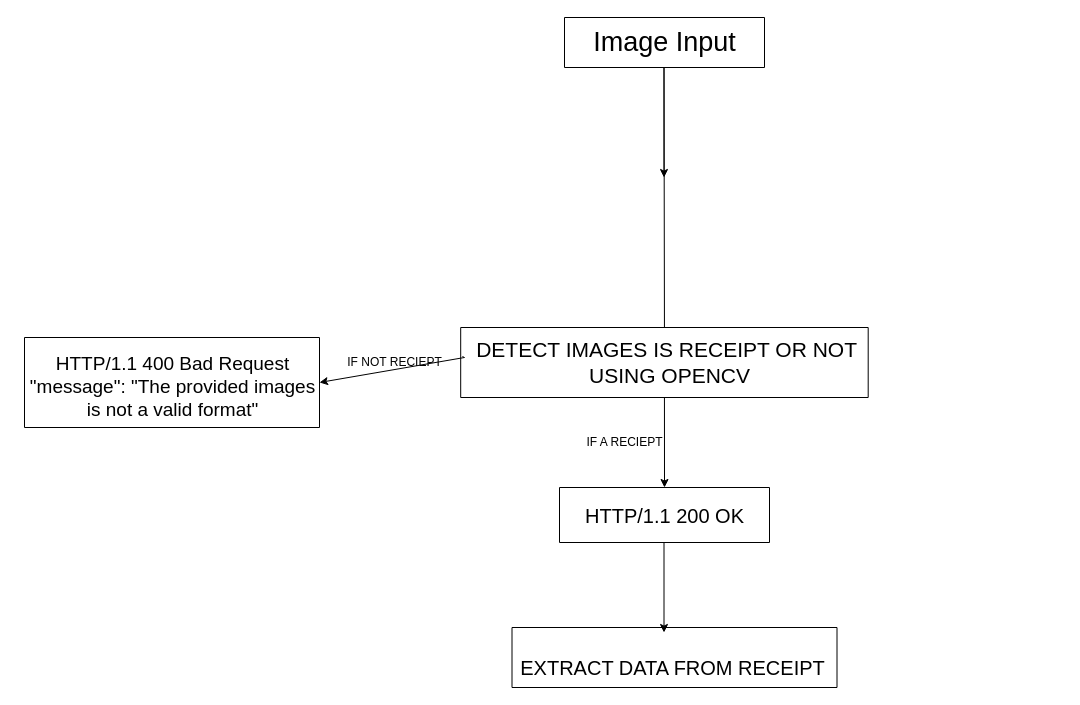
Before: Untitled Diagram.drawio in oliviertrg/Ecomercial-Fastapi-Microservices, a draw.io diagram. Source tidied: cells renumbered, new cells numbered last; positions are measured from the earlier drawing's top-left corner, leaving out a move shared by most shapes. Both pictures are drawn from the tidied source at 100%, with x=0, y=0 at pixel (16, 17).
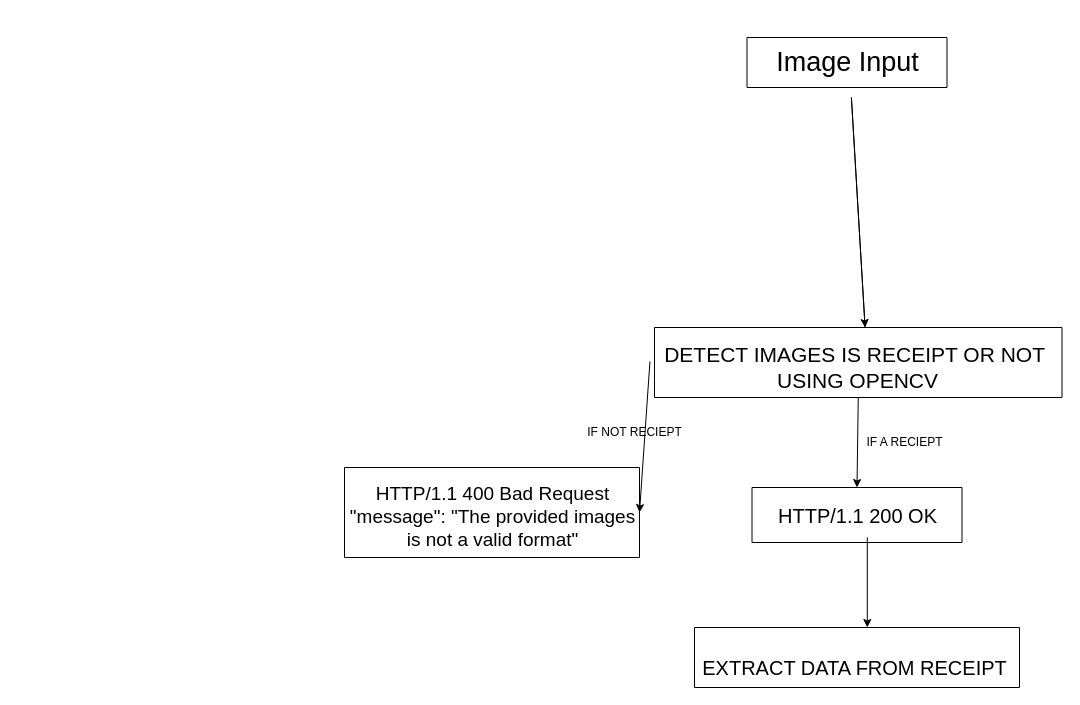
Above is the later version.

The edit, as a diff of the source:
```diff
@@
     <mxCell id="2" style="swimlane;startSize=0;" parent="1" vertex="1">
-      <mxGeometry x="548" width="200" height="50" as="geometry" />
+      <mxGeometry x="730.5" y="20" width="200" height="50" as="geometry" />
     </mxCell>
@@
-    <mxCell id="5" style="endArrow=classic;html=1;rounded=0;exitX=0.5;exitY=0;exitDx=0;exitDy=0;" parent="1" edge="1" source="6">
+    <mxCell id="5" style="endArrow=classic;html=1;rounded=0;exitX=0.5;exitY=0;exitDx=0;exitDy=0;entryX=0.5;entryY=0;entryDx=0;entryDy=0;" parent="1" edge="1">
       <mxGeometry relative="1" as="geometry">
-        <mxPoint x="647.5" y="160" as="targetPoint" />
+        <mxPoint x="848.6" y="310" as="sourcePoint" />
+        <mxPoint x="848.6" y="310" as="targetPoint" />
         <Array as="points">
-          <mxPoint x="647.5" y="50" />
+          <mxPoint x="834.9" y="80" />
         </Array>
       </mxGeometry>
     </mxCell>
     <mxCell id="6" style="swimlane;startSize=0;" parent="1" vertex="1">
-      <mxGeometry x="444.2" y="310" width="407.5" height="70" as="geometry" />
+      <mxGeometry x="638" y="310" width="407.5" height="70" as="geometry" />
     </mxCell>
+    <mxCell id="11" value="DETECT IMAGES IS RECEIPT OR NOT&amp;nbsp;&lt;br&gt;USING OPENCV" style="text;html=1;align=center;verticalAlign=middle;points=[];strokeColor=none;fillColor=none;fontSize=21;" parent="6" vertex="1">
+      <mxGeometry x="-2.5" y="10" width="410" height="60" as="geometry" />
+    </mxCell>
     <mxCell id="7" style="swimlane;startSize=0;" parent="1" vertex="1">
-      <mxGeometry x="8" y="320" width="295" height="90" as="geometry" />
+      <mxGeometry x="328" y="450" width="295" height="90" as="geometry" />
     </mxCell>
@@
     <mxCell id="9" style="endArrow=classic;html=1;rounded=0;entryX=1;entryY=0.5;entryDx=0;entryDy=0;exitX=-0.005;exitY=0.4;exitDx=0;exitDy=0;exitPerimeter=0;" parent="1" edge="1" source="11" target="7">
-      <mxGeometry relative="1" as="geometry">
-        <Array as="points">
-          <mxPoint x="448" y="340" />
-        </Array>
-      </mxGeometry>
+      <mxGeometry relative="1" as="geometry" />
     </mxCell>
     <mxCell id="10" value="IF NOT RECIEPT&lt;br style=&quot;font-size: 12px;&quot;&gt;" style="text;html=1;align=center;verticalAlign=middle;strokeColor=none;fillColor=none;fontSize=12;" parent="1" vertex="1">
-      <mxGeometry x="318" y="330" width="120" height="30" as="geometry" />
+      <mxGeometry x="558" y="400" width="120" height="30" as="geometry" />
     </mxCell>
-    <mxCell id="11" value="DETECT IMAGES IS RECEIPT OR NOT&amp;nbsp;&lt;br&gt;USING OPENCV" style="text;html=1;align=center;verticalAlign=middle;points=[];strokeColor=none;fillColor=none;fontSize=21;" parent="1" vertex="1">
-      <mxGeometry x="448" y="315" width="410" height="60" as="geometry" />
-    </mxCell>
     <mxCell id="12" style="swimlane;startSize=0;" parent="1" vertex="1">
-      <mxGeometry x="543" y="470" width="210" height="55" as="geometry" />
+      <mxGeometry x="735.5" y="470" width="210" height="55" as="geometry" />
     </mxCell>
@@
     <mxCell id="14" value="IF A RECIEPT" style="text;html=1;align=center;verticalAlign=middle;strokeColor=none;fillColor=none;fontSize=12;" parent="1" vertex="1">
-      <mxGeometry x="558" y="410" width="100" height="30" as="geometry" />
+      <mxGeometry x="838" y="410" width="100" height="30" as="geometry" />
     </mxCell>
@@
     <mxCell id="16" style="swimlane;startSize=0;" parent="1" vertex="1">
-      <mxGeometry x="495.5" y="610" width="325" height="60" as="geometry" />
+      <mxGeometry x="678" y="610" width="325" height="60" as="geometry" />
     </mxCell>
@@
     <mxCell id="18" style="endArrow=classic;html=1;rounded=0;entryX=0.5;entryY=0;entryDx=0;entryDy=0;exitX=0.5;exitY=1;exitDx=0;exitDy=0;" parent="1" edge="1">
       <mxGeometry relative="1" as="geometry">
-        <mxPoint x="647.5" y="525" as="sourcePoint" />
-        <mxPoint x="647.5" y="615" as="targetPoint" />
+        <mxPoint x="850.8" y="520" as="sourcePoint" />
+        <mxPoint x="850.8" y="610" as="targetPoint" />
       </mxGeometry>
     </mxCell>
```
